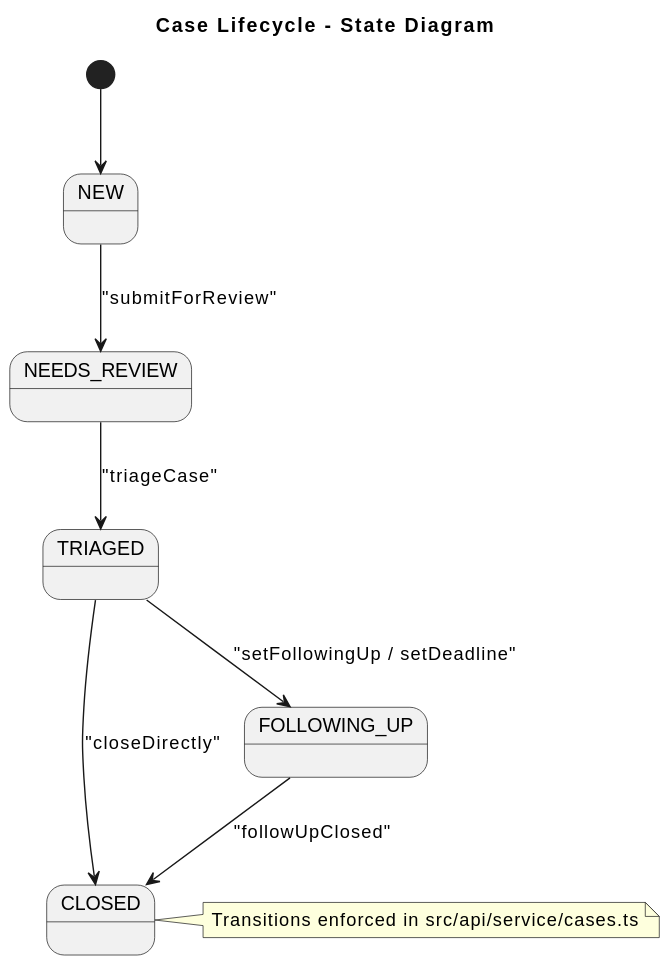
gforge/DUK keeps this PlantUML diagram as docs/diagrams/case-lifecycle.svg. Above is the earlier version.
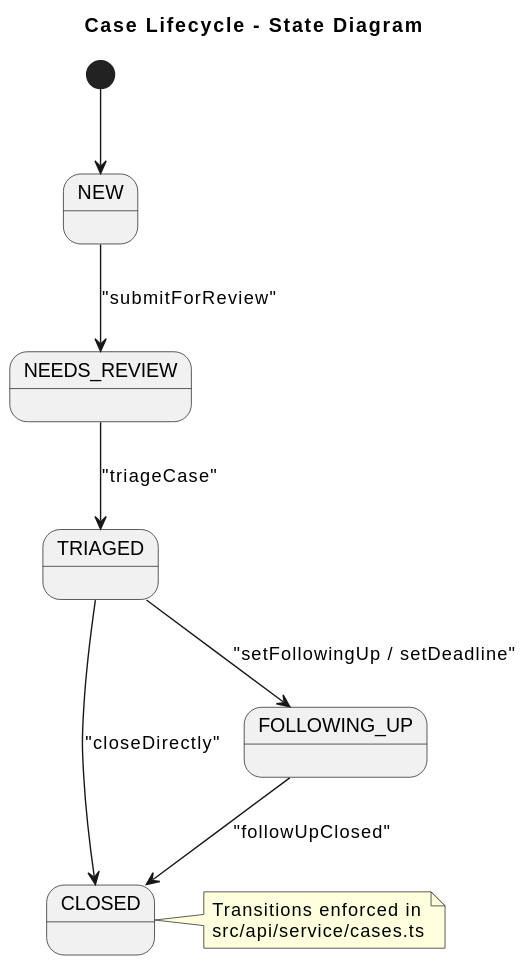
The same diagram one commit later.

The edit, as a diff of the source:
```diff
@@ -15,6 +15,7 @@
 FOLLOWING_UP --> CLOSED : "followUpClosed"
 
 note right
-  Transitions enforced in src/api/service/cases.ts
+  Transitions enforced in
+  src/api/service/cases.ts
 end note
 @enduml
```
